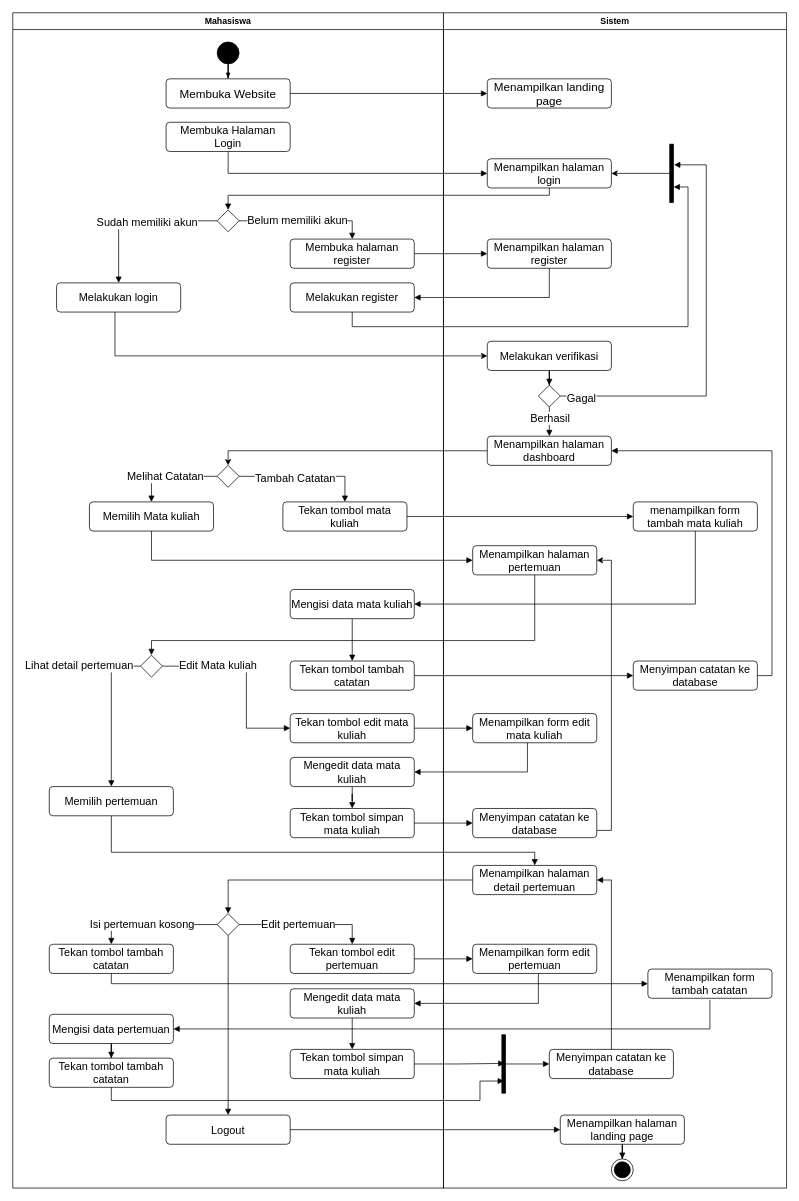
Earlier version of the draw.io diagram catatan-kuliah-activity.drawio (Gefila/draw.io). Source tidied: cells renumbered, new cells numbered last; positions are measured from the earlier drawing's top-left corner, leaving out a move shared by most shapes. Both pictures are drawn from the tidied source at 73%, with x=0, y=0 at pixel (12, 12).
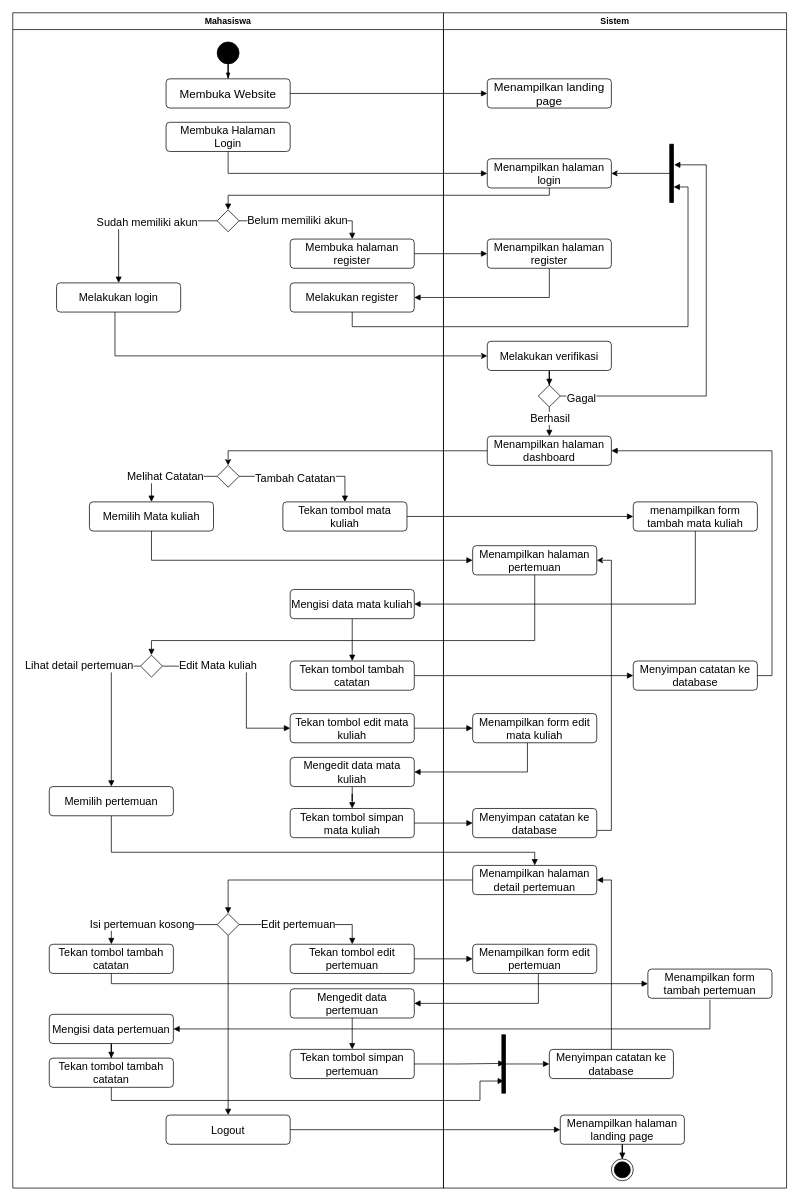
The same page after the edit.

Unchanged cells that the change refers to:
```xml
<mxCell id="2" value="Mahasiswa" style="swimlane;whiteSpace=wrap;html=1;" parent="1" vertex="1">
  <mxGeometry width="590" height="1610" as="geometry" />
</mxCell>
<mxCell id="50" value="Sistem" style="swimlane;whiteSpace=wrap;html=1;" parent="1" vertex="1">
  <mxGeometry x="590" width="470" height="1610" as="geometry" />
</mxCell>
```

Diff of the diagram source:
```diff
@@
-    <mxCell id="44" value="Mengedit data mata kuliah" style="html=1;align=center;verticalAlign=middle;rounded=1;absoluteArcSize=1;arcSize=10;dashed=0;whiteSpace=wrap;labelPosition=center;verticalLabelPosition=middle;fontSize=15;" parent="2" vertex="1">
+    <mxCell id="44" value="Mengedit data pertemuan" style="html=1;align=center;verticalAlign=middle;rounded=1;absoluteArcSize=1;arcSize=10;dashed=0;whiteSpace=wrap;labelPosition=center;verticalLabelPosition=middle;fontSize=15;" parent="2" vertex="1">
       <mxGeometry x="380" y="1337" width="170" height="40" as="geometry" />
     </mxCell>
-    <mxCell id="45" value="Tekan tombol simpan mata kuliah" style="html=1;align=center;verticalAlign=middle;rounded=1;absoluteArcSize=1;arcSize=10;dashed=0;whiteSpace=wrap;labelPosition=center;verticalLabelPosition=middle;fontSize=15;" parent="2" vertex="1">
+    <mxCell id="45" value="Tekan tombol simpan pertemuan" style="html=1;align=center;verticalAlign=middle;rounded=1;absoluteArcSize=1;arcSize=10;dashed=0;whiteSpace=wrap;labelPosition=center;verticalLabelPosition=middle;fontSize=15;" parent="2" vertex="1">
       <mxGeometry x="380" y="1420" width="170" height="40" as="geometry" />
     </mxCell>
@@
-    <mxCell id="79" value="Menampilkan form tambah catatan" style="html=1;align=center;verticalAlign=middle;rounded=1;absoluteArcSize=1;arcSize=10;dashed=0;whiteSpace=wrap;labelPosition=center;verticalLabelPosition=middle;fontSize=15;" parent="50" vertex="1">
+    <mxCell id="79" value="Menampilkan form tambah pertemuan" style="html=1;align=center;verticalAlign=middle;rounded=1;absoluteArcSize=1;arcSize=10;dashed=0;whiteSpace=wrap;labelPosition=center;verticalLabelPosition=middle;fontSize=15;" parent="50" vertex="1">
       <mxGeometry x="280" y="1310" width="170" height="40" as="geometry" />
     </mxCell>
```
